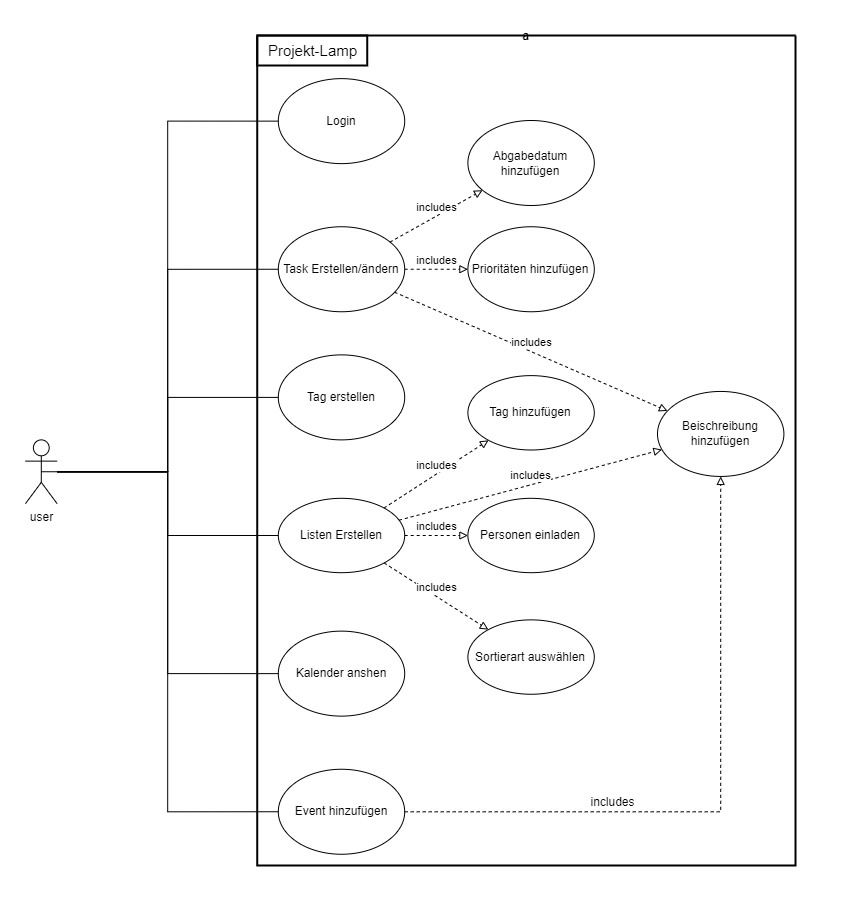
The draw.io diagram pictures/UseCase_Diagramm.png in 2324-syp-3ahif/Project-LAMP, before a commit. Source tidied: cells renumbered, new cells last; positions are measured from the earlier drawing's top-left corner, leaving out a move shared by most shapes.
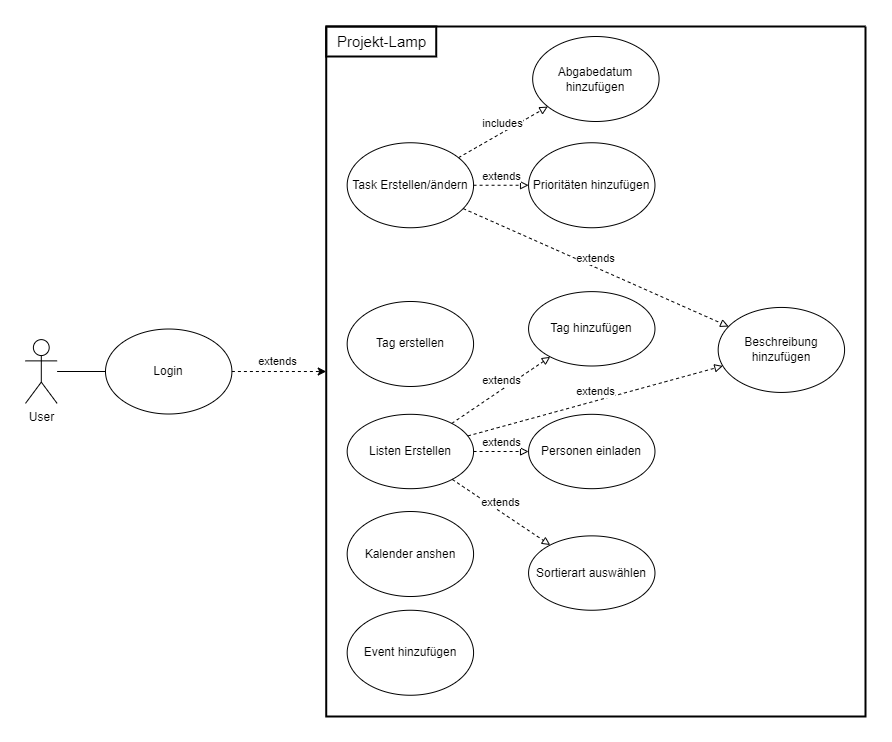
After the change.

The edit, as a diff of the source:
```diff
@@ -2,95 +2,80 @@
   <root>
     <mxCell id="0" />
     <mxCell id="1" parent="0" />
-    <mxCell id="2" style="group;" parent="1" vertex="1">
-      <mxGeometry width="790" height="850" as="geometry" />
-    </mxCell>
+    <mxCell id="5" style="edgeStyle=orthogonalEdgeStyle;rounded=0;jettySize=auto;html=1;endArrow=none;endFill=0;" parent="1" edge="1" source="3" target="4">
+      <mxGeometry relative="1" as="geometry" />
+    </mxCell>
-    <mxCell id="3" value="user" style="shape=umlActor;verticalLabelPosition=bottom;verticalAlign=top;html=1;outlineConnect=0;" parent="2" vertex="1">
-      <mxGeometry y="414.4" width="31.6" height="63.8" as="geometry" />
+    <mxCell id="3" value="User" style="shape=umlActor;verticalLabelPosition=bottom;verticalAlign=top;html=1;outlineConnect=0;" parent="1" vertex="1">
+      <mxGeometry x="-69" y="463.1" width="31.6" height="63.8" as="geometry" />
     </mxCell>
-    <mxCell id="4" value="Login" style="ellipse;whiteSpace=wrap;html=1;" parent="2" vertex="1">
-      <mxGeometry x="252.8" y="53.1" width="126.4" height="85" as="geometry" />
+    <mxCell id="4" value="Login" style="ellipse;whiteSpace=wrap;html=1;" parent="1" vertex="1">
+      <mxGeometry x="11" y="452.5" width="126.4" height="85" as="geometry" />
     </mxCell>
-    <mxCell id="5" style="rounded=0;jettySize=auto;html=1;entryX=0;entryY=0.5;entryDx=0;entryDy=0;endArrow=none;endFill=0;edgeStyle=orthogonalEdgeStyle;" parent="2" edge="1" source="3" target="4">
-      <mxGeometry relative="1" as="geometry" />
-    </mxCell>
-    <mxCell id="6" value="Listen Erstellen" style="ellipse;whiteSpace=wrap;html=1;" parent="2" vertex="1">
-      <mxGeometry x="252.8" y="472.8" width="126.4" height="74.4" as="geometry" />
-    </mxCell>
-    <mxCell id="7" style="rounded=0;jettySize=auto;html=1;entryX=0;entryY=0.5;entryDx=0;entryDy=0;endArrow=none;endFill=0;edgeStyle=orthogonalEdgeStyle;" parent="2" edge="1" source="3" target="6">
-      <mxGeometry relative="1" as="geometry" />
-    </mxCell>
-    <mxCell id="8" value="Event hinzufügen" style="ellipse;whiteSpace=wrap;html=1;" parent="2" vertex="1">
-      <mxGeometry x="252.8" y="743.8" width="126.4" height="85" as="geometry" />
-    </mxCell>
-    <mxCell id="9" style="rounded=0;jettySize=auto;html=1;exitX=0.5;exitY=0.5;exitDx=0;exitDy=0;exitPerimeter=0;entryX=0;entryY=0.5;entryDx=0;entryDy=0;endArrow=none;endFill=0;edgeStyle=orthogonalEdgeStyle;" parent="2" edge="1" source="3" target="8">
-      <mxGeometry relative="1" as="geometry" />
-    </mxCell>
-    <mxCell id="10" value="Kalender anshen" style="ellipse;whiteSpace=wrap;html=1;" parent="2" vertex="1">
-      <mxGeometry x="252.8" y="605.6" width="126.4" height="85" as="geometry" />
-    </mxCell>
-    <mxCell id="11" style="rounded=0;jettySize=auto;html=1;entryX=0;entryY=0.5;entryDx=0;entryDy=0;endArrow=none;endFill=0;edgeStyle=orthogonalEdgeStyle;" parent="2" edge="1" source="3" target="10">
-      <mxGeometry relative="1" as="geometry" />
-    </mxCell>
-    <mxCell id="12" value="Tag erstellen" style="ellipse;whiteSpace=wrap;html=1;" parent="2" vertex="1">
-      <mxGeometry x="252.8" y="329.4" width="126.4" height="85" as="geometry" />
-    </mxCell>
-    <mxCell id="13" style="rounded=0;jettySize=auto;html=1;endArrow=none;endFill=0;edgeStyle=orthogonalEdgeStyle;" parent="2" edge="1" source="3" target="12">
-      <mxGeometry relative="1" as="geometry" />
-    </mxCell>
-    <mxCell id="14" value="a" style="swimlane;startSize=0;strokeWidth=2;" parent="2" vertex="1">
-      <mxGeometry x="231.7" y="10" width="538.3" height="830" as="geometry" />
+    <mxCell id="14" style="swimlane;startSize=0;strokeWidth=2;" parent="1" vertex="1">
+      <mxGeometry x="231.7" y="150" width="539.3" height="690" as="geometry" />
     </mxCell>
     <mxCell id="15" value="Projekt-Lamp" style="text;html=1;align=center;verticalAlign=middle;fontSize=15;strokeColor=default;strokeWidth=2;" parent="14" vertex="1">
       <mxGeometry width="110" height="30" as="geometry" />
     </mxCell>
+    <mxCell id="17" value="Abgabedatum hinzufügen" style="ellipse;whiteSpace=wrap;html=1;" parent="14" vertex="1">
+      <mxGeometry x="206.4" y="10" width="126.4" height="85" as="geometry" />
+    </mxCell>
+    <mxCell id="22" value="includes" style="rounded=0;jettySize=auto;html=1;dashed=1;endArrow=block;endFill=0;verticalAlign=bottom;" parent="14" edge="1" source="16" target="17">
+      <mxGeometry relative="1" as="geometry" />
+    </mxCell>
     <mxCell id="16" value="Task Erstellen/ändern" style="ellipse;whiteSpace=wrap;html=1;" parent="14" vertex="1">
-      <mxGeometry x="21.1" y="191.2" width="126.4" height="85" as="geometry" />
+      <mxGeometry x="20.9" y="116.2" width="126.4" height="85" as="geometry" />
     </mxCell>
-    <mxCell id="17" value="Abgabedatum hinzufügen" style="ellipse;whiteSpace=wrap;html=1;" parent="14" vertex="1">
-      <mxGeometry x="210.7" y="85" width="126.4" height="85" as="geometry" />
-    </mxCell>
     <mxCell id="18" value="Prioritäten hinzufügen" style="ellipse;whiteSpace=wrap;html=1;" parent="14" vertex="1">
-      <mxGeometry x="210.7" y="191.2" width="126.4" height="85" as="geometry" />
+      <mxGeometry x="202.3" y="116.2" width="126.4" height="85" as="geometry" />
     </mxCell>
+    <mxCell id="24" value="Beschreibung hinzufügen" style="ellipse;whiteSpace=wrap;html=1;" parent="14" vertex="1">
+      <mxGeometry x="391.9" y="280.9" width="126.4" height="85" as="geometry" />
+    </mxCell>
+    <mxCell id="6" value="Listen Erstellen" style="ellipse;whiteSpace=wrap;html=1;" parent="14" vertex="1">
+      <mxGeometry x="20.9" y="387.8" width="126.4" height="74.4" as="geometry" />
+    </mxCell>
     <mxCell id="19" value="Tag hinzufügen" style="ellipse;whiteSpace=wrap;html=1;" parent="14" vertex="1">
-      <mxGeometry x="210.7" y="340.1" width="126.4" height="74.4" as="geometry" />
+      <mxGeometry x="202.3" y="265.1" width="126.4" height="74.4" as="geometry" />
     </mxCell>
     <mxCell id="20" value="Personen einladen" style="ellipse;whiteSpace=wrap;html=1;" parent="14" vertex="1">
-      <mxGeometry x="210.7" y="462.8" width="126.4" height="74.4" as="geometry" />
+      <mxGeometry x="202.3" y="387.8" width="126.4" height="74.4" as="geometry" />
     </mxCell>
     <mxCell id="21" value="Sortierart auswählen" style="ellipse;whiteSpace=wrap;html=1;" parent="14" vertex="1">
-      <mxGeometry x="210.7" y="584.4" width="126.4" height="74.4" as="geometry" />
+      <mxGeometry x="202.3" y="509.4" width="126.4" height="74.4" as="geometry" />
     </mxCell>
-    <mxCell id="22" value="includes" style="rounded=0;jettySize=auto;html=1;dashed=1;endArrow=block;endFill=0;verticalAlign=bottom;" parent="14" edge="1" source="16" target="17">
-      <mxGeometry relative="1" as="geometry" />
-    </mxCell>
+    <mxCell id="8" value="Event hinzufügen" style="ellipse;whiteSpace=wrap;html=1;" parent="14" vertex="1">
+      <mxGeometry x="20.9" y="583.8" width="126.4" height="85" as="geometry" />
+    </mxCell>
+    <mxCell id="10" value="Kalender anshen" style="ellipse;whiteSpace=wrap;html=1;" parent="14" vertex="1">
+      <mxGeometry x="20.9" y="485" width="126.4" height="85" as="geometry" />
+    </mxCell>
+    <mxCell id="12" value="Tag erstellen" style="ellipse;whiteSpace=wrap;html=1;" parent="14" vertex="1">
+      <mxGeometry x="20.9" y="275" width="126.4" height="85" as="geometry" />
+    </mxCell>
-    <mxCell id="23" value="includes" style="rounded=0;jettySize=auto;html=1;dashed=1;endArrow=block;endFill=0;verticalAlign=bottom;" parent="14" edge="1" source="16" target="18">
-      <mxGeometry relative="1" as="geometry" />
+    <mxCell id="23" value="extends" style="rounded=0;jettySize=auto;html=1;dashed=1;endArrow=block;endFill=0;verticalAlign=bottom;" parent="14" edge="1" source="16" target="18">
+      <mxGeometry x="0.01" relative="1" as="geometry" />
     </mxCell>
-    <mxCell id="24" value="Beischreibung hinzufügen" style="ellipse;whiteSpace=wrap;html=1;" parent="14" vertex="1">
-      <mxGeometry x="400.3" y="355.9" width="126.4" height="85" as="geometry" />
-    </mxCell>
-    <mxCell id="25" value="includes" style="rounded=0;jettySize=auto;html=1;dashed=1;endArrow=block;endFill=0;verticalAlign=bottom;" parent="14" edge="1" source="16" target="24">
+    <mxCell id="25" value="extends" style="rounded=0;jettySize=auto;html=1;dashed=1;endArrow=block;endFill=0;verticalAlign=bottom;" parent="14" edge="1" source="16" target="24">
       <mxGeometry relative="1" as="geometry" />
     </mxCell>
-    <mxCell id="26" style="rounded=0;jettySize=auto;html=1;entryX=0;entryY=0.5;entryDx=0;entryDy=0;endArrow=none;endFill=0;edgeStyle=orthogonalEdgeStyle;" parent="2" edge="1" source="3" target="16">
-      <mxGeometry relative="1" as="geometry" />
-    </mxCell>
+    <mxCell id="30" value="extends" style="rounded=0;jettySize=auto;html=1;dashed=1;endArrow=block;endFill=0;verticalAlign=bottom;" parent="14" edge="1" source="6" target="24">
+      <mxGeometry relative="1" as="geometry" />
+    </mxCell>
-    <mxCell id="27" value="includes" style="rounded=0;jettySize=auto;html=1;dashed=1;endArrow=block;endFill=0;verticalAlign=bottom;" parent="2" edge="1" source="6" target="19">
+    <mxCell id="27" value="extends" style="rounded=0;jettySize=auto;html=1;dashed=1;endArrow=block;endFill=0;verticalAlign=bottom;" parent="14" edge="1" source="6" target="19">
       <mxGeometry relative="1" as="geometry" />
     </mxCell>
-    <mxCell id="28" value="includes" style="rounded=0;jettySize=auto;html=1;dashed=1;endArrow=block;endFill=0;verticalAlign=bottom;" parent="2" edge="1" source="6" target="20">
+    <mxCell id="28" value="extends" style="rounded=0;jettySize=auto;html=1;dashed=1;endArrow=block;endFill=0;verticalAlign=bottom;" parent="14" edge="1" source="6" target="20">
       <mxGeometry relative="1" as="geometry" />
     </mxCell>
-    <mxCell id="29" value="includes" style="rounded=0;jettySize=auto;html=1;dashed=1;endArrow=block;endFill=0;verticalAlign=bottom;horizontal=1;" parent="2" edge="1" source="6" target="21">
+    <mxCell id="29" value="extends" style="rounded=0;jettySize=auto;html=1;dashed=1;endArrow=block;endFill=0;verticalAlign=bottom;horizontal=1;" parent="14" edge="1" source="6" target="21">
       <mxGeometry relative="1" as="geometry" />
     </mxCell>
-    <mxCell id="30" value="includes" style="rounded=0;jettySize=auto;html=1;dashed=1;endArrow=block;endFill=0;verticalAlign=bottom;" parent="2" edge="1" source="6" target="24">
-      <mxGeometry relative="1" as="geometry" />
-    </mxCell>
-    <mxCell id="31" value="includes" style="edgeStyle=orthogonalEdgeStyle;rounded=0;jettySize=auto;html=1;dashed=1;endArrow=block;endFill=0;horizontal=1;verticalAlign=bottom;fontSize=12;" parent="2" edge="1" source="8" target="24">
-      <mxGeometry x="-0.36" relative="1" as="geometry" />
-    </mxCell>
+    <mxCell id="32" style="edgeStyle=orthogonalEdgeStyle;rounded=0;jettySize=auto;html=1;dashed=1;" parent="1" edge="1" source="4" target="14">
+      <mxGeometry relative="1" as="geometry" />
+    </mxCell>
+    <mxCell id="33" value="extends" style="edgeLabel;html=1;align=center;verticalAlign=bottom;" parent="32" vertex="1">
+      <mxGeometry x="-0.06" y="3" relative="1" as="geometry" />
+    </mxCell>
   </root>
 </mxGraphModel>
```
